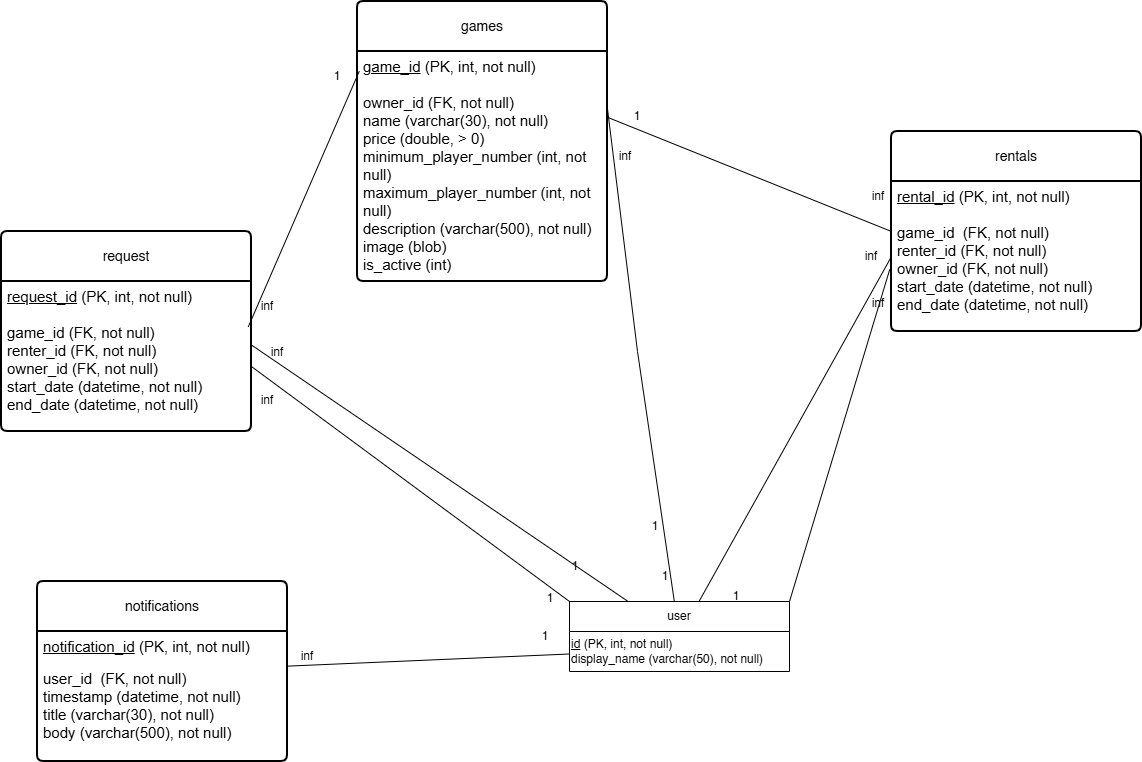
Earlier version of the draw.io export project-res/Database.png (madabotos/UBB-SE-2026-PURECAFFEINE-meioai). Source tidied: cells renumbered, new cells last; positions are measured from the earlier drawing's top-left corner, leaving out a move shared by most shapes.
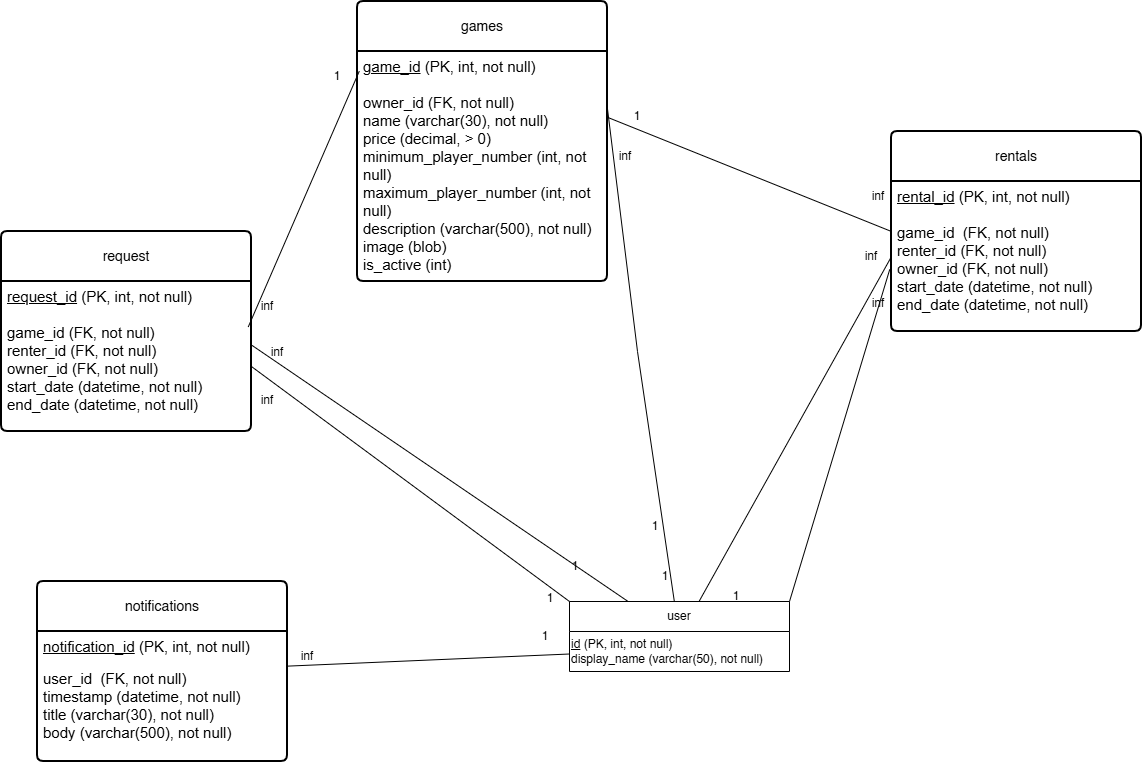
Above is the later version.

Commit message:
changed uml and er diagrams

The edit, as a diff of the source:
```diff
@@ -5,7 +5,7 @@
     <mxCell id="2" value="games" style="swimlane;horizontal=1;startSize=50;rounded=1;fontSize=14;fontStyle=0;strokeWidth=2;shadow=0;dashed=0;align=center;arcSize=4;whiteSpace=wrap;html=1;" parent="1" vertex="1">
       <mxGeometry x="356" width="250" height="280" as="geometry" />
     </mxCell>
-    <mxCell id="3" value="&lt;p dir=&quot;ltr&quot; style=&quot;line-height: 1.2; margin-top: 0pt; margin-bottom: 0pt;&quot;&gt;&lt;span style=&quot;font-family: Arial, sans-serif; background-color: transparent; font-variant-numeric: normal; font-variant-east-asian: normal; font-variant-alternates: normal; font-variant-position: normal; font-variant-emoji: normal; vertical-align: baseline; white-space-collapse: preserve;&quot;&gt;&lt;font style=&quot;font-size: 15px;&quot;&gt;&lt;u&gt;game_id&lt;/u&gt; (PK, int, not null)&lt;/font&gt;&lt;/span&gt;&lt;/p&gt;&lt;p dir=&quot;ltr&quot; style=&quot;text-align: center; line-height: 1.2; margin-top: 0pt; margin-bottom: 0pt;&quot;&gt;&lt;span style=&quot;font-family: Arial, sans-serif; background-color: transparent; font-variant-numeric: normal; font-variant-east-asian: normal; font-variant-alternates: normal; font-variant-position: normal; font-variant-emoji: normal; vertical-align: baseline; white-space-collapse: preserve;&quot;&gt;&lt;font style=&quot;font-size: 15px;&quot;&gt;&lt;br&gt;&lt;/font&gt;&lt;/span&gt;&lt;/p&gt;&lt;p dir=&quot;ltr&quot; style=&quot;line-height: 1.2; margin-top: 0pt; margin-bottom: 0pt;&quot;&gt;&lt;span style=&quot;font-family: Arial, sans-serif; background-color: transparent; font-variant-numeric: normal; font-variant-east-asian: normal; font-variant-alternates: normal; font-variant-position: normal; font-variant-emoji: normal; vertical-align: baseline; white-space-collapse: preserve;&quot;&gt;&lt;font style=&quot;font-size: 15px;&quot;&gt;owner_id (FK, not null)                                              &lt;/font&gt;&lt;/span&gt;&lt;/p&gt;&lt;p dir=&quot;ltr&quot; style=&quot;line-height: 1.2; margin-top: 0pt; margin-bottom: 0pt;&quot;&gt;&lt;span style=&quot;font-family: Arial, sans-serif; background-color: transparent; font-variant-numeric: normal; font-variant-east-asian: normal; font-variant-alternates: normal; font-variant-position: normal; font-variant-emoji: normal; vertical-align: baseline; white-space-collapse: preserve;&quot;&gt;&lt;font style=&quot;font-size: 15px;&quot;&gt;name (varchar(30)&lt;/font&gt;&lt;/span&gt;&lt;span style=&quot;font-family: Arial, sans-serif; font-size: 15px; white-space-collapse: preserve; background-color: transparent; color: light-dark(rgb(0, 0, 0), rgb(255, 255, 255));&quot;&gt;, not null&lt;/span&gt;&lt;span style=&quot;font-size: 15px; background-color: transparent; font-family: Arial, sans-serif; white-space-collapse: preserve; color: light-dark(rgb(0, 0, 0), rgb(255, 255, 255));&quot;&gt;)&lt;/span&gt;&lt;/p&gt;&lt;p dir=&quot;ltr&quot; style=&quot;line-height: 1.2; margin-top: 0pt; margin-bottom: 0pt;&quot;&gt;&lt;span style=&quot;font-family: Arial, sans-serif; background-color: transparent; font-variant-numeric: normal; font-variant-east-asian: normal; font-variant-alternates: normal; font-variant-position: normal; font-variant-emoji: normal; vertical-align: baseline; white-space-collapse: preserve;&quot;&gt;&lt;font style=&quot;font-size: 15px;&quot;&gt;price (double, &amp;gt; 0)&lt;/font&gt;&lt;/span&gt;&lt;/p&gt;&lt;p dir=&quot;ltr&quot; style=&quot;line-height: 1.2; margin-top: 0pt; margin-bottom: 0pt;&quot;&gt;&lt;span style=&quot;font-size: 15px; background-color: transparent; font-family: Arial, sans-serif; white-space-collapse: preserve; color: light-dark(rgb(0, 0, 0), rgb(255, 255, 255));&quot;&gt;minimum_player_number (int, not null)&lt;/span&gt;&lt;/p&gt;&lt;p dir=&quot;ltr&quot; style=&quot;line-height: 1.2; margin-top: 0pt; margin-bottom: 0pt;&quot;&gt;&lt;span style=&quot;font-family: Arial, sans-serif; background-color: transparent; font-variant-numeric: normal; font-variant-east-asian: normal; font-variant-alternates: normal; font-variant-position: normal; font-variant-emoji: normal; vertical-align: baseline; white-space-collapse: preserve;&quot;&gt;&lt;font style=&quot;font-size: 15px;&quot;&gt;&lt;/font&gt;&lt;/span&gt;&lt;/p&gt;&lt;p dir=&quot;ltr&quot; style=&quot;line-height: 1.2; margin-top: 0pt; margin-bottom: 0pt;&quot;&gt;&lt;span style=&quot;font-family: Arial, sans-serif; background-color: transparent; font-variant-numeric: normal; font-variant-east-asian: normal; font-variant-alternates: normal; font-variant-position: normal; font-variant-emoji: normal; vertical-align: baseline; white-space-collapse: preserve;&quot;&gt;&lt;font style=&quot;font-size: 15px;&quot;&gt;maximum_player_number (int, not null)&lt;/font&gt;&lt;/span&gt;&lt;/p&gt;&lt;p dir=&quot;ltr&quot; style=&quot;line-height: 1.2; margin-top: 0pt; margin-bottom: 0pt;&quot;&gt;&lt;span style=&quot;font-family: Arial, sans-serif; background-color: transparent; font-variant-numeric: normal; font-variant-east-asian: normal; font-variant-alternates: normal; font-variant-position: normal; font-variant-emoji: normal; vertical-align: baseline; white-space-collapse: preserve;&quot;&gt;&lt;font style=&quot;font-size: 15px;&quot;&gt;description (varchar(500)&lt;/font&gt;&lt;/span&gt;&lt;span style=&quot;font-family: Arial, sans-serif; font-size: 15px; white-space-collapse: preserve; background-color: transparent; color: light-dark(rgb(0, 0, 0), rgb(255, 255, 255));&quot;&gt;, not null&lt;/span&gt;&lt;span style=&quot;font-size: 15px; background-color: transparent; font-family: Arial, sans-serif; white-space-collapse: preserve; color: light-dark(rgb(0, 0, 0), rgb(255, 255, 255));&quot;&gt;)&lt;/span&gt;&lt;/p&gt;&lt;p dir=&quot;ltr&quot; style=&quot;line-height: 1.2; margin-top: 0pt; margin-bottom: 0pt;&quot;&gt;&lt;span style=&quot;font-family: Arial, sans-serif; background-color: transparent; font-variant-numeric: normal; font-variant-east-asian: normal; font-variant-alternates: normal; font-variant-position: normal; font-variant-emoji: normal; vertical-align: baseline; white-space-collapse: preserve;&quot;&gt;&lt;font style=&quot;font-size: 15px;&quot;&gt;image (blob)&lt;/font&gt;&lt;/span&gt;&lt;/p&gt;&lt;p dir=&quot;ltr&quot; style=&quot;line-height: 1.2; margin-top: 0pt; margin-bottom: 0pt;&quot;&gt;&lt;span style=&quot;font-family: Arial, sans-serif; background-color: transparent; font-variant-numeric: normal; font-variant-east-asian: normal; font-variant-alternates: normal; font-variant-position: normal; font-variant-emoji: normal; vertical-align: baseline; white-space-collapse: preserve;&quot;&gt;&lt;font style=&quot;font-size: 15px;&quot;&gt;is_active (int)&lt;/font&gt;&lt;/span&gt;&lt;/p&gt;" style="align=left;strokeColor=none;fillColor=none;spacingLeft=4;spacingRight=4;fontSize=12;verticalAlign=top;html=1;whiteSpace=wrap;" parent="2" vertex="1">
+    <mxCell id="3" value="&lt;p dir=&quot;ltr&quot; style=&quot;line-height: 1.2; margin-top: 0pt; margin-bottom: 0pt;&quot;&gt;&lt;span style=&quot;font-family: Arial, sans-serif; background-color: transparent; font-variant-numeric: normal; font-variant-east-asian: normal; font-variant-alternates: normal; font-variant-position: normal; font-variant-emoji: normal; vertical-align: baseline; white-space-collapse: preserve;&quot;&gt;&lt;font style=&quot;font-size: 15px;&quot;&gt;&lt;u&gt;game_id&lt;/u&gt; (PK, int, not null)&lt;/font&gt;&lt;/span&gt;&lt;/p&gt;&lt;p dir=&quot;ltr&quot; style=&quot;text-align: center; line-height: 1.2; margin-top: 0pt; margin-bottom: 0pt;&quot;&gt;&lt;span style=&quot;font-family: Arial, sans-serif; background-color: transparent; font-variant-numeric: normal; font-variant-east-asian: normal; font-variant-alternates: normal; font-variant-position: normal; font-variant-emoji: normal; vertical-align: baseline; white-space-collapse: preserve;&quot;&gt;&lt;font style=&quot;font-size: 15px;&quot;&gt;&lt;br&gt;&lt;/font&gt;&lt;/span&gt;&lt;/p&gt;&lt;p dir=&quot;ltr&quot; style=&quot;line-height: 1.2; margin-top: 0pt; margin-bottom: 0pt;&quot;&gt;&lt;span style=&quot;font-family: Arial, sans-serif; background-color: transparent; font-variant-numeric: normal; font-variant-east-asian: normal; font-variant-alternates: normal; font-variant-position: normal; font-variant-emoji: normal; vertical-align: baseline; white-space-collapse: preserve;&quot;&gt;&lt;font style=&quot;font-size: 15px;&quot;&gt;owner_id (FK, not null)                                              &lt;/font&gt;&lt;/span&gt;&lt;/p&gt;&lt;p dir=&quot;ltr&quot; style=&quot;line-height: 1.2; margin-top: 0pt; margin-bottom: 0pt;&quot;&gt;&lt;span style=&quot;font-family: Arial, sans-serif; background-color: transparent; font-variant-numeric: normal; font-variant-east-asian: normal; font-variant-alternates: normal; font-variant-position: normal; font-variant-emoji: normal; vertical-align: baseline; white-space-collapse: preserve;&quot;&gt;&lt;font style=&quot;font-size: 15px;&quot;&gt;name (varchar(30)&lt;/font&gt;&lt;/span&gt;&lt;span style=&quot;font-family: Arial, sans-serif; font-size: 15px; white-space-collapse: preserve; background-color: transparent; color: light-dark(rgb(0, 0, 0), rgb(255, 255, 255));&quot;&gt;, not null&lt;/span&gt;&lt;span style=&quot;font-size: 15px; background-color: transparent; font-family: Arial, sans-serif; white-space-collapse: preserve; color: light-dark(rgb(0, 0, 0), rgb(255, 255, 255));&quot;&gt;)&lt;/span&gt;&lt;/p&gt;&lt;p dir=&quot;ltr&quot; style=&quot;line-height: 1.2; margin-top: 0pt; margin-bottom: 0pt;&quot;&gt;&lt;span style=&quot;font-family: Arial, sans-serif; background-color: transparent; font-variant-numeric: normal; font-variant-east-asian: normal; font-variant-alternates: normal; font-variant-position: normal; font-variant-emoji: normal; vertical-align: baseline; white-space-collapse: preserve;&quot;&gt;&lt;font style=&quot;font-size: 15px;&quot;&gt;price (decimal, &amp;gt; 0)&lt;/font&gt;&lt;/span&gt;&lt;/p&gt;&lt;p dir=&quot;ltr&quot; style=&quot;line-height: 1.2; margin-top: 0pt; margin-bottom: 0pt;&quot;&gt;&lt;span style=&quot;font-size: 15px; background-color: transparent; font-family: Arial, sans-serif; white-space-collapse: preserve; color: light-dark(rgb(0, 0, 0), rgb(255, 255, 255));&quot;&gt;minimum_player_number (int, not null)&lt;/span&gt;&lt;/p&gt;&lt;p dir=&quot;ltr&quot; style=&quot;line-height: 1.2; margin-top: 0pt; margin-bottom: 0pt;&quot;&gt;&lt;span style=&quot;font-family: Arial, sans-serif; background-color: transparent; font-variant-numeric: normal; font-variant-east-asian: normal; font-variant-alternates: normal; font-variant-position: normal; font-variant-emoji: normal; vertical-align: baseline; white-space-collapse: preserve;&quot;&gt;&lt;font style=&quot;font-size: 15px;&quot;&gt;&lt;/font&gt;&lt;/span&gt;&lt;/p&gt;&lt;p dir=&quot;ltr&quot; style=&quot;line-height: 1.2; margin-top: 0pt; margin-bottom: 0pt;&quot;&gt;&lt;span style=&quot;font-family: Arial, sans-serif; background-color: transparent; font-variant-numeric: normal; font-variant-east-asian: normal; font-variant-alternates: normal; font-variant-position: normal; font-variant-emoji: normal; vertical-align: baseline; white-space-collapse: preserve;&quot;&gt;&lt;font style=&quot;font-size: 15px;&quot;&gt;maximum_player_number (int, not null)&lt;/font&gt;&lt;/span&gt;&lt;/p&gt;&lt;p dir=&quot;ltr&quot; style=&quot;line-height: 1.2; margin-top: 0pt; margin-bottom: 0pt;&quot;&gt;&lt;span style=&quot;font-family: Arial, sans-serif; background-color: transparent; font-variant-numeric: normal; font-variant-east-asian: normal; font-variant-alternates: normal; font-variant-position: normal; font-variant-emoji: normal; vertical-align: baseline; white-space-collapse: preserve;&quot;&gt;&lt;font style=&quot;font-size: 15px;&quot;&gt;description (varchar(500)&lt;/font&gt;&lt;/span&gt;&lt;span style=&quot;font-family: Arial, sans-serif; font-size: 15px; white-space-collapse: preserve; background-color: transparent; color: light-dark(rgb(0, 0, 0), rgb(255, 255, 255));&quot;&gt;, not null&lt;/span&gt;&lt;span style=&quot;font-size: 15px; background-color: transparent; font-family: Arial, sans-serif; white-space-collapse: preserve; color: light-dark(rgb(0, 0, 0), rgb(255, 255, 255));&quot;&gt;)&lt;/span&gt;&lt;/p&gt;&lt;p dir=&quot;ltr&quot; style=&quot;line-height: 1.2; margin-top: 0pt; margin-bottom: 0pt;&quot;&gt;&lt;span style=&quot;font-family: Arial, sans-serif; background-color: transparent; font-variant-numeric: normal; font-variant-east-asian: normal; font-variant-alternates: normal; font-variant-position: normal; font-variant-emoji: normal; vertical-align: baseline; white-space-collapse: preserve;&quot;&gt;&lt;font style=&quot;font-size: 15px;&quot;&gt;image (blob)&lt;/font&gt;&lt;/span&gt;&lt;/p&gt;&lt;p dir=&quot;ltr&quot; style=&quot;line-height: 1.2; margin-top: 0pt; margin-bottom: 0pt;&quot;&gt;&lt;span style=&quot;font-family: Arial, sans-serif; background-color: transparent; font-variant-numeric: normal; font-variant-east-asian: normal; font-variant-alternates: normal; font-variant-position: normal; font-variant-emoji: normal; vertical-align: baseline; white-space-collapse: preserve;&quot;&gt;&lt;font style=&quot;font-size: 15px;&quot;&gt;is_active (int)&lt;/font&gt;&lt;/span&gt;&lt;/p&gt;" style="align=left;strokeColor=none;fillColor=none;spacingLeft=4;spacingRight=4;fontSize=12;verticalAlign=top;html=1;whiteSpace=wrap;" parent="2" vertex="1">
       <mxGeometry y="50" width="250" height="230" as="geometry" />
     </mxCell>
     <mxCell id="4" value="rentals" style="swimlane;horizontal=1;startSize=50;rounded=1;fontSize=14;fontStyle=0;strokeWidth=2;shadow=0;dashed=0;align=center;arcSize=4;whiteSpace=wrap;html=1;" parent="1" vertex="1">
```
